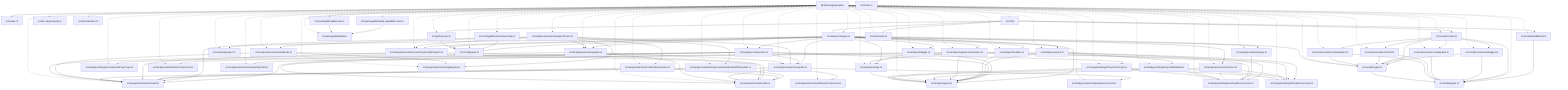
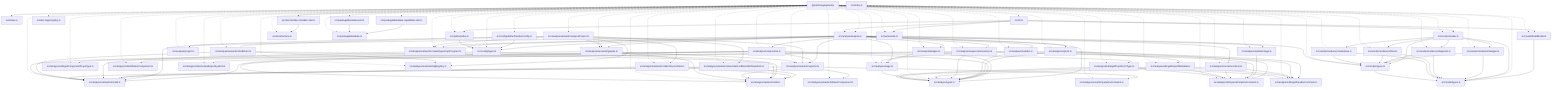
graph TD
  package__ankhorage_paradox["@ankhorage/paradox"]
  entrypoint_src_index_ts["src/index.ts"]
  package__ankhorage_paradox --> entrypoint_src_index_ts
  module_src_analyze_analyze_ts["src/analyze/analyze.ts"]
  package__ankhorage_paradox -.-> module_src_analyze_analyze_ts
  module_src_analyze_analyze_ts --> module_src_analyze_badges_ts
  module_src_analyze_analyze_ts --> module_src_analyze_components_ts
  module_src_analyze_analyze_ts --> module_src_analyze_exports_ts
  module_src_analyze_analyze_ts --> module_src_analyze_modules_ts
  module_src_analyze_analyze_ts --> module_src_analyze_project_ts
  module_src_analyze_analyze_ts --> module_src_analyze_readmeUsage_ts
  module_src_analyze_analyze_ts --> module_src_analyze_semantic_createTypeScriptProgram_ts
  module_src_analyze_analyze_ts --> module_src_analyze_semantic_exports_ts
  module_src_analyze_analyze_ts --> module_src_analyze_semantic_graphs_ts
  module_src_analyze_analyze_ts --> module_src_analyze_sequenceScenarios_ts
  module_src_analyze_analyze_ts --> module_src_analyze_sourceFunctions_ts
  module_src_analyze_analyze_ts --> module_src_analyze_types_ts
  module_src_analyze_analyze_ts --> module_src_analyze_usage_ts
  module_src_analyze_analyze_ts --> module_src_config_types_ts
  module_src_analyze_badges_ts["src/analyze/badges.ts"]
  package__ankhorage_paradox -.-> module_src_analyze_badges_ts
  module_src_analyze_badges_ts --> module_src_analyze_types_ts
  module_src_analyze_badges_ts --> module_src_analyze_usage_ts
  module_src_analyze_components_ts["src/analyze/components.ts"]
  package__ankhorage_paradox -.-> module_src_analyze_components_ts
  module_src_analyze_components_ts --> module_src_analyze_semantic_exports_ts
  module_src_analyze_components_ts --> module_src_analyze_semantic_model_ts
  module_src_analyze_components_ts --> module_src_analyze_types_ts
  module_src_analyze_components_ts --> module_src_analyze_utils_getComponentPropsType_ts
  module_src_analyze_components_ts --> module_src_analyze_utils_getPropsFromType_ts
  module_src_analyze_components_ts --> module_src_analyze_utils_isReactComponent_ts
  module_src_analyze_exports_ts["src/analyze/exports.ts"]
  package__ankhorage_paradox -.-> module_src_analyze_exports_ts
  module_src_analyze_exports_ts --> module_src_analyze_types_ts
  module_src_analyze_exports_ts --> module_src_analyze_utils_getExportMetadata_ts
  module_src_analyze_exports_ts --> module_src_analyze_utils_getParadoxComment_ts
  module_src_analyze_exports_ts --> module_src_analyze_utils_parseParadoxComment_ts
  module_src_analyze_exports_ts --> module_src_analyze_utils_resolveExportSymbol_ts
  module_src_analyze_modules_ts["src/analyze/modules.ts"]
  package__ankhorage_paradox -.-> module_src_analyze_modules_ts
  module_src_analyze_modules_ts --> module_src_analyze_types_ts
  module_src_analyze_project_ts["src/analyze/project.ts"]
  package__ankhorage_paradox -.-> module_src_analyze_project_ts
  module_src_analyze_readmeUsage_ts["src/analyze/readmeUsage.ts"]
  package__ankhorage_paradox -.-> module_src_analyze_readmeUsage_ts
  module_src_analyze_readmeUsage_ts --> module_src_analyze_utils_parseParadoxComment_ts
  module_src_analyze_semantic_analyzeProject_ts["src/analyze/semantic/analyzeProject.ts"]
  package__ankhorage_paradox -.-> module_src_analyze_semantic_analyzeProject_ts
  module_src_analyze_semantic_analyzeProject_ts --> module_src_analyze_semantic_associateDocBlocksWithSymbols_ts
  module_src_analyze_semantic_analyzeProject_ts --> module_src_analyze_semantic_collectSourceFiles_ts
  module_src_analyze_semantic_analyzeProject_ts --> module_src_analyze_semantic_createTypeScriptProgram_ts
  module_src_analyze_semantic_analyzeProject_ts --> module_src_analyze_semantic_docBlocks_ts
  module_src_analyze_semantic_analyzeProject_ts --> module_src_analyze_semantic_exports_ts
  module_src_analyze_semantic_analyzeProject_ts --> module_src_analyze_semantic_graphs_ts
  module_src_analyze_semantic_analyzeProject_ts --> module_src_analyze_semantic_model_ts
  module_src_analyze_semantic_analyzeProject_ts --> module_src_analyze_semantic_tagRegistry_ts
  module_src_analyze_semantic_associateDocBlocksWithSymbols_ts["src/analyze/semantic/associateDocBlocksWithSymbols.ts"]
  package__ankhorage_paradox -.-> module_src_analyze_semantic_associateDocBlocksWithSymbols_ts
  module_src_analyze_semantic_associateDocBlocksWithSymbols_ts --> module_src_analyze_semantic_model_ts
  module_src_analyze_semantic_associateDocBlocksWithSymbols_ts --> module_src_analyze_semantic_utils_ts
  module_src_analyze_semantic_collectSourceFiles_ts["src/analyze/semantic/collectSourceFiles.ts"]
  package__ankhorage_paradox -.-> module_src_analyze_semantic_collectSourceFiles_ts
  module_src_analyze_semantic_collectSourceFiles_ts --> module_src_analyze_semantic_model_ts
  module_src_analyze_semantic_collectSourceFiles_ts --> module_src_analyze_semantic_utils_ts
  module_src_analyze_semantic_createTypeScriptProgram_ts["src/analyze/semantic/createTypeScriptProgram.ts"]
  package__ankhorage_paradox -.-> module_src_analyze_semantic_createTypeScriptProgram_ts
  module_src_analyze_semantic_createTypeScriptProgram_ts --> module_src_analyze_semantic_model_ts
  module_src_analyze_semantic_createTypeScriptProgram_ts --> module_src_analyze_semantic_utils_ts
  module_src_analyze_semantic_docBlocks_ts["src/analyze/semantic/docBlocks.ts"]
  package__ankhorage_paradox -.-> module_src_analyze_semantic_docBlocks_ts
  module_src_analyze_semantic_docBlocks_ts --> module_src_analyze_semantic_model_ts
  module_src_analyze_semantic_docBlocks_ts --> module_src_analyze_semantic_tagRegistry_ts
  module_src_analyze_semantic_docBlocks_ts --> module_src_analyze_semantic_utils_ts
  module_src_analyze_semantic_exports_ts["src/analyze/semantic/exports.ts"]
  package__ankhorage_paradox -.-> module_src_analyze_semantic_exports_ts
  module_src_analyze_semantic_exports_ts --> module_src_analyze_semantic_isReactComponent_ts
  module_src_analyze_semantic_exports_ts --> module_src_analyze_semantic_model_ts
  module_src_analyze_semantic_exports_ts --> module_src_analyze_semantic_paradoxComment_ts
  module_src_analyze_semantic_exports_ts --> module_src_analyze_semantic_utils_ts
  module_src_analyze_semantic_graphs_ts["src/analyze/semantic/graphs.ts"]
  package__ankhorage_paradox -.-> module_src_analyze_semantic_graphs_ts
  module_src_analyze_semantic_graphs_ts --> module_src_analyze_semantic_exports_ts
  module_src_analyze_semantic_graphs_ts --> module_src_analyze_semantic_model_ts
  module_src_analyze_semantic_graphs_ts --> module_src_analyze_semantic_utils_ts
  module_src_analyze_semantic_isReactComponent_ts["src/analyze/semantic/isReactComponent.ts"]
  package__ankhorage_paradox -.-> module_src_analyze_semantic_isReactComponent_ts
  module_src_analyze_semantic_model_ts["src/analyze/semantic/model.ts"]
  package__ankhorage_paradox -.-> module_src_analyze_semantic_model_ts
  module_src_analyze_semantic_paradoxComment_ts["src/analyze/semantic/paradoxComment.ts"]
  package__ankhorage_paradox -.-> module_src_analyze_semantic_paradoxComment_ts
  module_src_analyze_semantic_tagRegistry_ts["src/analyze/semantic/tagRegistry.ts"]
  package__ankhorage_paradox -.-> module_src_analyze_semantic_tagRegistry_ts
  module_src_analyze_semantic_utils_ts["src/analyze/semantic/utils.ts"]
  package__ankhorage_paradox -.-> module_src_analyze_semantic_utils_ts
  module_src_analyze_sequenceScenarios_ts["src/analyze/sequenceScenarios.ts"]
  package__ankhorage_paradox -.-> module_src_analyze_sequenceScenarios_ts
  module_src_analyze_sequenceScenarios_ts --> module_src_analyze_semantic_utils_ts
  module_src_analyze_sequenceScenarios_ts --> module_src_analyze_types_ts
  module_src_analyze_sequenceScenarios_ts --> module_src_analyze_usage_ts
  module_src_analyze_sequenceScenarios_ts --> module_src_analyze_utils_getParadoxComment_ts
  module_src_analyze_sequenceScenarios_ts --> module_src_analyze_utils_parseParadoxComment_ts
  module_src_analyze_sourceFunctions_ts["src/analyze/sourceFunctions.ts"]
  package__ankhorage_paradox -.-> module_src_analyze_sourceFunctions_ts
  module_src_analyze_sourceFunctions_ts --> module_src_analyze_types_ts
  module_src_analyze_sourceFunctions_ts --> module_src_analyze_utils_getParadoxComment_ts
  module_src_analyze_sourceFunctions_ts --> module_src_analyze_utils_parseParadoxComment_ts
  module_src_analyze_types_ts["src/analyze/types.ts"]
  package__ankhorage_paradox -.-> module_src_analyze_types_ts
  module_src_analyze_usage_ts["src/analyze/usage.ts"]
  package__ankhorage_paradox -.-> module_src_analyze_usage_ts
  module_src_analyze_usage_ts --> module_src_analyze_types_ts
  module_src_analyze_utils_getComponentPropsType_ts["src/analyze/utils/getComponentPropsType.ts"]
  package__ankhorage_paradox -.-> module_src_analyze_utils_getComponentPropsType_ts
  module_src_analyze_utils_getExportMetadata_ts["src/analyze/utils/getExportMetadata.ts"]
  package__ankhorage_paradox -.-> module_src_analyze_utils_getExportMetadata_ts
  module_src_analyze_utils_getExportMetadata_ts --> module_src_analyze_types_ts
  module_src_analyze_utils_getExportMetadata_ts --> module_src_analyze_utils_getParadoxComment_ts
  module_src_analyze_utils_getExportMetadata_ts --> module_src_analyze_utils_parseParadoxComment_ts
  module_src_analyze_utils_getParadoxComment_ts["src/analyze/utils/getParadoxComment.ts"]
  package__ankhorage_paradox -.-> module_src_analyze_utils_getParadoxComment_ts
  module_src_analyze_utils_getPropsFromType_ts["src/analyze/utils/getPropsFromType.ts"]
  package__ankhorage_paradox -.-> module_src_analyze_utils_getPropsFromType_ts
  module_src_analyze_utils_getPropsFromType_ts --> module_src_analyze_types_ts
  module_src_analyze_utils_getPropsFromType_ts --> module_src_analyze_utils_getParadoxComment_ts
  module_src_analyze_utils_getPropsFromType_ts --> module_src_analyze_utils_parseParadoxComment_ts
  module_src_analyze_utils_isReactComponent_ts["src/analyze/utils/isReactComponent.ts"]
  package__ankhorage_paradox -.-> module_src_analyze_utils_isReactComponent_ts
  module_src_analyze_utils_parseParadoxComment_ts["src/analyze/utils/parseParadoxComment.ts"]
  package__ankhorage_paradox -.-> module_src_analyze_utils_parseParadoxComment_ts
  module_src_analyze_utils_resolveExportSymbol_ts["src/analyze/utils/resolveExportSymbol.ts"]
  package__ankhorage_paradox -.-> module_src_analyze_utils_resolveExportSymbol_ts
  module_src_cli_ts["src/cli.ts"]
  package__ankhorage_paradox -.-> module_src_cli_ts
  module_src_cli_ts --> module_src_analyze_analyze_ts
  module_src_cli_ts --> module_src_model_buildModel_ts
  module_src_cli_ts --> module_src_paths_policy_ts
  module_src_cli_ts --> module_src_render_render_ts
  module_src_cli_ts --> module_src_write_write_ts
  module_src_config_defineParadoxConfig_ts["src/config/defineParadoxConfig.ts"]
  package__ankhorage_paradox -.-> module_src_config_defineParadoxConfig_ts
  module_src_config_defineParadoxConfig_ts --> module_src_config_types_ts
  module_src_config_types_ts["src/config/types.ts"]
  package__ankhorage_paradox -.-> module_src_config_types_ts
  module_src_doc_tags_registry_ts["src/doc-tags/registry.ts"]
  package__ankhorage_paradox -.-> module_src_doc_tags_registry_ts
+   module_src_docsSurface_handlers_test_ts["src/docsSurface.handlers.test.ts"]
+   package__ankhorage_paradox -.-> module_src_docsSurface_handlers_test_ts
+   module_src_docsSurface_handlers_test_ts --> module_src_docsSurface_ts
  module_src_docsSurface_ts["src/docsSurface.ts"]
  package__ankhorage_paradox -.-> module_src_docsSurface_ts
  module_src_index_ts["src/index.ts"]
  module_src_model_buildModel_ts["src/model/buildModel.ts"]
  package__ankhorage_paradox -.-> module_src_model_buildModel_ts
  module_src_model_buildModel_ts --> module_src_model_types_ts
  module_src_model_types_ts["src/model/types.ts"]
  package__ankhorage_paradox -.-> module_src_model_types_ts
  module_src_packageMetadata_capabilities_test_ts["src/packageMetadata.capabilities.test.ts"]
  package__ankhorage_paradox -.-> module_src_packageMetadata_capabilities_test_ts
  module_src_packageMetadata_capabilities_test_ts --> module_src_packageMetadata_ts
  module_src_packageMetadata_test_ts["src/packageMetadata.test.ts"]
  package__ankhorage_paradox -.-> module_src_packageMetadata_test_ts
  module_src_packageMetadata_test_ts --> module_src_packageMetadata_ts
  module_src_packageMetadata_ts["src/packageMetadata.ts"]
  package__ankhorage_paradox -.-> module_src_packageMetadata_ts
  module_src_paths_policy_ts["src/paths/policy.ts"]
  package__ankhorage_paradox -.-> module_src_paths_policy_ts
  module_src_paths_policy_ts --> module_src_config_types_ts
  module_src_render_render_ts["src/render/render.ts"]
  package__ankhorage_paradox -.-> module_src_render_render_ts
  module_src_render_render_ts --> module_src_model_types_ts
  module_src_render_render_ts --> module_src_render_renderers_badges_ts
  module_src_render_render_ts --> module_src_render_renderers_diagrams_ts
  module_src_render_render_ts --> module_src_render_renderers_html_ts
  module_src_render_render_ts --> module_src_render_renderers_markdown_ts
  module_src_render_render_ts --> module_src_render_types_ts
  module_src_render_renderers_badges_ts["src/render/renderers/badges.ts"]
  package__ankhorage_paradox -.-> module_src_render_renderers_badges_ts
  module_src_render_renderers_badges_ts --> module_src_model_types_ts
  module_src_render_renderers_badges_ts --> module_src_render_types_ts
  module_src_render_renderers_diagrams_ts["src/render/renderers/diagrams.ts"]
  package__ankhorage_paradox -.-> module_src_render_renderers_diagrams_ts
  module_src_render_renderers_diagrams_ts --> module_src_model_types_ts
  module_src_render_renderers_diagrams_ts --> module_src_render_types_ts
  module_src_render_renderers_html_ts["src/render/renderers/html.ts"]
  package__ankhorage_paradox -.-> module_src_render_renderers_html_ts
  module_src_render_renderers_html_ts --> module_src_model_types_ts
  module_src_render_renderers_html_ts --> module_src_render_types_ts
  module_src_render_renderers_markdown_ts["src/render/renderers/markdown.ts"]
  package__ankhorage_paradox -.-> module_src_render_renderers_markdown_ts
  module_src_render_renderers_markdown_ts --> module_src_model_types_ts
  module_src_render_renderers_markdown_ts --> module_src_render_types_ts
  module_src_render_types_ts["src/render/types.ts"]
  package__ankhorage_paradox -.-> module_src_render_types_ts
  module_src_render_types_ts --> module_src_model_types_ts
  module_src_write_write_ts["src/write/write.ts"]
  package__ankhorage_paradox -.-> module_src_write_write_ts
  module_src_write_write_ts --> module_src_config_types_ts
  module_src_write_write_ts --> module_src_render_types_ts
